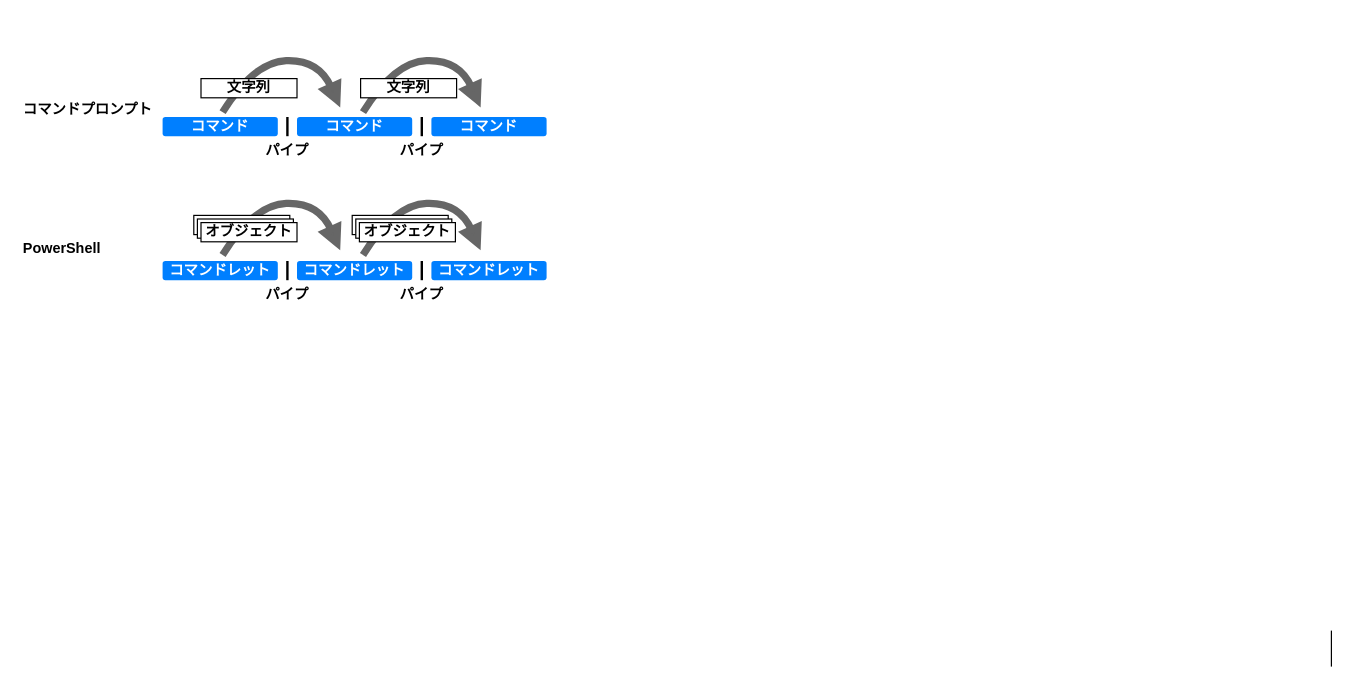
reizo0901/drawio keeps this draw.io diagram as page "オブジェクト" (2 of 2) of PowerShell教材.drawio. Above is the earlier version. Source tidied: cells renumbered, new cells numbered last; positions are measured from the earlier drawing's top-left corner, leaving out a move shared by most shapes. Both pictures are drawn from the tidied source at 120%, with x=0, y=0 at pixel (20, 59).
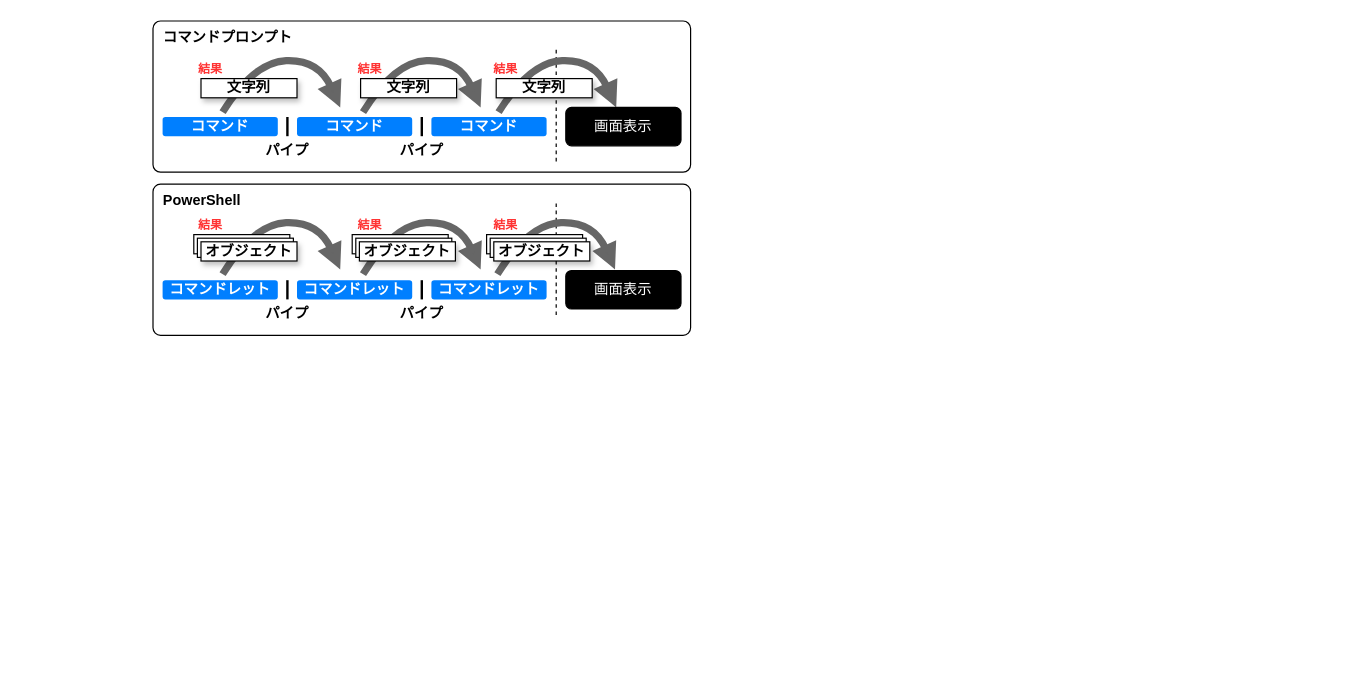
After the change.

Commit message:
PowerShell教材.drawio を更新します

What changed in the source:
```diff
@@
-    <mxCell id="2" value="PowerShell" style="text;html=1;align=left;verticalAlign=middle;whiteSpace=wrap;rounded=0;sketch=1;curveFitting=1;jiggle=2;fontStyle=1;" parent="1" vertex="1">
-      <mxGeometry y="142" width="96" height="32" as="geometry" />
+    <mxCell id="2" value="&amp;nbsp; PowerShell" style="text;html=1;align=left;verticalAlign=top;whiteSpace=wrap;rounded=1;fontStyle=1;perimeterSpacing=1;strokeColor=default;arcSize=5;" parent="1" vertex="1">
+      <mxGeometry x="110" y="104" width="448" height="126" as="geometry" />
     </mxCell>
+    <mxCell id="31" style="endArrow=none;dashed=1;html=1;rounded=0;entryX=0.688;entryY=0.195;entryDx=0;entryDy=0;entryPerimeter=0;" parent="1" edge="1">
+      <mxGeometry relative="1" as="geometry">
+        <mxPoint x="446" y="213" as="sourcePoint" />
+        <mxPoint x="446" y="120" as="targetPoint" />
+      </mxGeometry>
+    </mxCell>
-    <mxCell id="3" value="&lt;div&gt;コマンドプロンプト&lt;/div&gt;" style="text;html=1;align=left;verticalAlign=middle;whiteSpace=wrap;rounded=0;sketch=1;curveFitting=1;jiggle=2;fontStyle=1;" parent="1" vertex="1">
-      <mxGeometry y="26" width="120" height="32" as="geometry" />
+    <mxCell id="3" value="&amp;nbsp; コマンドプロンプト" style="text;html=1;align=left;verticalAlign=top;whiteSpace=wrap;rounded=1;fontStyle=1;perimeterSpacing=1;strokeColor=default;arcSize=5;" parent="1" vertex="1">
+      <mxGeometry x="110" y="-32" width="448" height="126" as="geometry" />
     </mxCell>
+    <mxCell id="32" style="endArrow=none;dashed=1;html=1;rounded=0;" parent="1" edge="1">
+      <mxGeometry relative="1" as="geometry">
+        <mxPoint x="446" y="85" as="sourcePoint" />
+        <mxPoint x="446" y="-8" as="targetPoint" />
+      </mxGeometry>
+    </mxCell>
@@
-    <mxCell id="5" style="endArrow=none;html=1;rounded=0;" parent="1" edge="1">
-      <mxGeometry relative="1" as="geometry">
-        <mxPoint x="1092" y="506" as="sourcePoint" />
-        <mxPoint x="1092" y="476" as="targetPoint" />
-      </mxGeometry>
-    </mxCell>
@@
     <mxCell id="8" value="コマンドレット" style="rounded=1;whiteSpace=wrap;html=1;fillColor=#007FFF;fontColor=#FFFFFF;strokeColor=none;fontStyle=1;" parent="1" vertex="1">
-      <mxGeometry x="118" y="168" width="96" height="16" as="geometry" />
+      <mxGeometry x="118" y="184" width="96" height="16" as="geometry" />
     </mxCell>
@@
-    <mxCell id="12" value="文字列" style="rounded=0;whiteSpace=wrap;html=1;fillColor=#FFFFFF;strokeColor=default;gradientColor=none;fontStyle=1;fontColor=#000000;verticalAlign=middle;align=center;" parent="1" vertex="1">
+    <mxCell id="12" value="文字列" style="rounded=0;whiteSpace=wrap;html=1;fillColor=#FFFFFF;strokeColor=default;gradientColor=none;fontStyle=1;fontColor=#000000;verticalAlign=middle;align=center;shadow=1;" parent="1" vertex="1">
       <mxGeometry x="150" y="16" width="80" height="16" as="geometry" />
     </mxCell>
@@
-    <mxCell id="15" value="文字列" style="rounded=0;whiteSpace=wrap;html=1;fillColor=#FFFFFF;strokeColor=default;gradientColor=none;fontStyle=1;fontColor=#000000;verticalAlign=middle;align=center;" parent="1" vertex="1">
+    <mxCell id="15" value="文字列" style="rounded=0;whiteSpace=wrap;html=1;fillColor=#FFFFFF;strokeColor=default;gradientColor=none;fontStyle=1;fontColor=#000000;verticalAlign=middle;align=center;shadow=1;" parent="1" vertex="1">
       <mxGeometry x="283" y="16" width="80" height="16" as="geometry" />
     </mxCell>
@@
     <mxCell id="17" style="curved=1;endArrow=block;html=1;rounded=0;strokeWidth=6;endFill=1;strokeColor=#666666;startArrow=none;startFill=0;" parent="1" edge="1">
       <mxGeometry relative="1" as="geometry">
-        <mxPoint x="168" y="163" as="sourcePoint" />
-        <mxPoint x="266" y="159" as="targetPoint" />
+        <mxPoint x="168" y="179" as="sourcePoint" />
+        <mxPoint x="266" y="175" as="targetPoint" />
         <Array as="points">
-          <mxPoint x="194" y="121" />
-          <mxPoint x="248" y="119" />
+          <mxPoint x="194" y="137" />
+          <mxPoint x="248" y="135" />
         </Array>
       </mxGeometry>
     </mxCell>
     <mxCell id="18" style="curved=1;endArrow=block;html=1;rounded=0;strokeWidth=6;endFill=1;strokeColor=#666666;startArrow=none;startFill=0;" parent="1" edge="1">
       <mxGeometry relative="1" as="geometry">
-        <mxPoint x="285" y="163" as="sourcePoint" />
-        <mxPoint x="383" y="159" as="targetPoint" />
+        <mxPoint x="285" y="179" as="sourcePoint" />
+        <mxPoint x="383" y="175" as="targetPoint" />
         <Array as="points">
-          <mxPoint x="311" y="121" />
-          <mxPoint x="365" y="119" />
+          <mxPoint x="311" y="137" />
+          <mxPoint x="365" y="135" />
         </Array>
       </mxGeometry>
     </mxCell>
     <mxCell id="19" value="コマンドレット" style="rounded=1;whiteSpace=wrap;html=1;fillColor=#007FFF;fontColor=#FFFFFF;strokeColor=none;fontStyle=1;" parent="1" vertex="1">
-      <mxGeometry x="230" y="168" width="96" height="16" as="geometry" />
+      <mxGeometry x="230" y="184" width="96" height="16" as="geometry" />
     </mxCell>
     <mxCell id="20" value="コマンドレット" style="rounded=1;whiteSpace=wrap;html=1;fillColor=#007FFF;fontColor=#FFFFFF;strokeColor=none;fontStyle=1;" parent="1" vertex="1">
-      <mxGeometry x="342" y="168" width="96" height="16" as="geometry" />
+      <mxGeometry x="342" y="184" width="96" height="16" as="geometry" />
     </mxCell>
-    <mxCell id="21" style="rounded=0;whiteSpace=wrap;html=1;" parent="1" vertex="1">
-      <mxGeometry x="144" y="130" width="80" height="16" as="geometry" />
-    </mxCell>
-    <mxCell id="22" style="rounded=0;whiteSpace=wrap;html=1;" parent="1" vertex="1">
-      <mxGeometry x="147" y="133" width="80" height="16" as="geometry" />
-    </mxCell>
-    <mxCell id="23" value="オブジェクト" style="rounded=0;whiteSpace=wrap;html=1;fillColor=#FFFFFF;strokeColor=default;gradientColor=none;fontStyle=1;fontColor=#000000;verticalAlign=middle;align=center;" parent="1" vertex="1">
-      <mxGeometry x="150" y="136" width="80" height="16" as="geometry" />
-    </mxCell>
-    <mxCell id="24" style="rounded=0;whiteSpace=wrap;html=1;" parent="1" vertex="1">
-      <mxGeometry x="276" y="130" width="80" height="16" as="geometry" />
-    </mxCell>
-    <mxCell id="25" style="rounded=0;whiteSpace=wrap;html=1;" parent="1" vertex="1">
-      <mxGeometry x="279" y="133" width="80" height="16" as="geometry" />
-    </mxCell>
-    <mxCell id="26" value="オブジェクト" style="rounded=0;whiteSpace=wrap;html=1;fillColor=#FFFFFF;strokeColor=default;gradientColor=none;fontStyle=1;fontColor=#000000;verticalAlign=middle;align=center;" parent="1" vertex="1">
-      <mxGeometry x="282" y="136" width="80" height="16" as="geometry" />
-    </mxCell>
     <mxCell id="27" style="endArrow=none;html=1;rounded=0;strokeWidth=2;" parent="1" edge="1">
       <mxGeometry relative="1" as="geometry">
-        <mxPoint x="334" y="184" as="sourcePoint" />
-        <mxPoint x="334" y="168" as="targetPoint" />
+        <mxPoint x="334" y="200" as="sourcePoint" />
+        <mxPoint x="334" y="184" as="targetPoint" />
       </mxGeometry>
     </mxCell>
     <mxCell id="28" value="パイプ" style="text;html=1;align=center;verticalAlign=middle;whiteSpace=wrap;rounded=0;fontStyle=1;" parent="1" vertex="1">
-      <mxGeometry x="304" y="188" width="60" height="16" as="geometry" />
+      <mxGeometry x="304" y="204" width="60" height="16" as="geometry" />
     </mxCell>
     <mxCell id="29" style="endArrow=none;html=1;rounded=0;strokeWidth=2;" parent="1" edge="1">
       <mxGeometry relative="1" as="geometry">
-        <mxPoint x="222" y="184" as="sourcePoint" />
-        <mxPoint x="222" y="168" as="targetPoint" />
+        <mxPoint x="222" y="200" as="sourcePoint" />
+        <mxPoint x="222" y="184" as="targetPoint" />
       </mxGeometry>
     </mxCell>
     <mxCell id="30" value="パイプ" style="text;html=1;align=center;verticalAlign=middle;whiteSpace=wrap;rounded=0;fontStyle=1;" parent="1" vertex="1">
-      <mxGeometry x="192" y="188" width="60" height="16" as="geometry" />
+      <mxGeometry x="192" y="204" width="60" height="16" as="geometry" />
     </mxCell>
+    <mxCell id="33" style="group;shadow=1;" parent="1" vertex="1">
+      <mxGeometry x="144" y="146" width="86" height="22" as="geometry" />
+    </mxCell>
+    <mxCell id="21" style="rounded=0;whiteSpace=wrap;html=1;" parent="33" vertex="1">
+      <mxGeometry width="80" height="16" as="geometry" />
+    </mxCell>
+    <mxCell id="22" style="rounded=0;whiteSpace=wrap;html=1;" parent="33" vertex="1">
+      <mxGeometry x="3" y="3" width="80" height="16" as="geometry" />
+    </mxCell>
+    <mxCell id="23" value="オブジェクト" style="rounded=0;whiteSpace=wrap;html=1;fillColor=#FFFFFF;strokeColor=default;gradientColor=none;fontStyle=1;fontColor=#000000;verticalAlign=middle;align=center;shadow=1;" parent="33" vertex="1">
+      <mxGeometry x="6" y="6" width="80" height="16" as="geometry" />
+    </mxCell>
+    <mxCell id="34" style="group;shadow=1;" parent="1" vertex="1">
+      <mxGeometry x="276" y="146" width="86" height="22" as="geometry" />
+    </mxCell>
+    <mxCell id="24" style="rounded=0;whiteSpace=wrap;html=1;" parent="34" vertex="1">
+      <mxGeometry width="80" height="16" as="geometry" />
+    </mxCell>
+    <mxCell id="25" style="rounded=0;whiteSpace=wrap;html=1;" parent="34" vertex="1">
+      <mxGeometry x="3" y="3" width="80" height="16" as="geometry" />
+    </mxCell>
+    <mxCell id="26" value="オブジェクト" style="rounded=0;whiteSpace=wrap;html=1;fillColor=#FFFFFF;strokeColor=default;gradientColor=none;fontStyle=1;fontColor=#000000;verticalAlign=middle;align=center;shadow=1;" parent="34" vertex="1">
+      <mxGeometry x="6" y="6" width="80" height="16" as="geometry" />
+    </mxCell>
+    <mxCell id="35" style="curved=1;endArrow=block;html=1;rounded=0;strokeWidth=6;endFill=1;strokeColor=#666666;startArrow=none;startFill=0;" parent="1" edge="1">
+      <mxGeometry relative="1" as="geometry">
+        <mxPoint x="398" y="44" as="sourcePoint" />
+        <mxPoint x="496" y="40" as="targetPoint" />
+        <Array as="points">
+          <mxPoint x="424" y="2" />
+          <mxPoint x="478" />
+        </Array>
+      </mxGeometry>
+    </mxCell>
+    <mxCell id="36" value="文字列" style="rounded=0;whiteSpace=wrap;html=1;fillColor=#FFFFFF;strokeColor=default;gradientColor=none;fontStyle=1;fontColor=#000000;verticalAlign=middle;align=center;shadow=1;" parent="1" vertex="1">
+      <mxGeometry x="396" y="16" width="80" height="16" as="geometry" />
+    </mxCell>
+    <mxCell id="37" style="curved=1;endArrow=block;html=1;rounded=0;strokeWidth=6;endFill=1;strokeColor=#666666;startArrow=none;startFill=0;" parent="1" edge="1">
+      <mxGeometry relative="1" as="geometry">
+        <mxPoint x="397" y="179" as="sourcePoint" />
+        <mxPoint x="495" y="175" as="targetPoint" />
+        <Array as="points">
+          <mxPoint x="423" y="137" />
+          <mxPoint x="477" y="135" />
+        </Array>
+      </mxGeometry>
+    </mxCell>
+    <mxCell id="38" style="group;shadow=1;" parent="1" vertex="1">
+      <mxGeometry x="388" y="146" width="86" height="22" as="geometry" />
+    </mxCell>
+    <mxCell id="39" style="rounded=0;whiteSpace=wrap;html=1;" parent="38" vertex="1">
+      <mxGeometry width="80" height="16" as="geometry" />
+    </mxCell>
+    <mxCell id="40" style="rounded=0;whiteSpace=wrap;html=1;" parent="38" vertex="1">
+      <mxGeometry x="3" y="3" width="80" height="16" as="geometry" />
+    </mxCell>
+    <mxCell id="41" value="オブジェクト" style="rounded=0;whiteSpace=wrap;html=1;fillColor=#FFFFFF;strokeColor=default;gradientColor=none;fontStyle=1;fontColor=#000000;verticalAlign=middle;align=center;shadow=1;" parent="38" vertex="1">
+      <mxGeometry x="6" y="6" width="80" height="16" as="geometry" />
+    </mxCell>
+    <mxCell id="42" value="画面表示" style="rounded=1;whiteSpace=wrap;html=1;fillColor=#000000;fontColor=#FFFFFF;" parent="1" vertex="1">
+      <mxGeometry x="454" y="40" width="96" height="32" as="geometry" />
+    </mxCell>
+    <mxCell id="43" value="画面表示" style="rounded=1;whiteSpace=wrap;html=1;fillColor=#000000;fontColor=#FFFFFF;" parent="1" vertex="1">
+      <mxGeometry x="454" y="176" width="96" height="32" as="geometry" />
+    </mxCell>
+    <mxCell id="44" value="結果" style="text;html=1;align=center;verticalAlign=middle;whiteSpace=wrap;rounded=0;fontSize=10;fontColor=#FF3333;fontStyle=1;" parent="1" vertex="1">
+      <mxGeometry x="142" width="32" height="16" as="geometry" />
+    </mxCell>
+    <mxCell id="45" value="結果" style="text;html=1;align=center;verticalAlign=middle;whiteSpace=wrap;rounded=0;fontSize=10;fontColor=#FF3333;fontStyle=1;" parent="1" vertex="1">
+      <mxGeometry x="275" width="32" height="16" as="geometry" />
+    </mxCell>
+    <mxCell id="46" value="結果" style="text;html=1;align=center;verticalAlign=middle;whiteSpace=wrap;rounded=0;fontSize=10;fontColor=#FF3333;fontStyle=1;" parent="1" vertex="1">
+      <mxGeometry x="388" width="32" height="16" as="geometry" />
+    </mxCell>
+    <mxCell id="47" value="結果" style="text;html=1;align=center;verticalAlign=middle;whiteSpace=wrap;rounded=0;fontSize=10;fontColor=#FF3333;fontStyle=1;" parent="1" vertex="1">
+      <mxGeometry x="142" y="130" width="32" height="16" as="geometry" />
+    </mxCell>
+    <mxCell id="48" value="結果" style="text;html=1;align=center;verticalAlign=middle;whiteSpace=wrap;rounded=0;fontSize=10;fontColor=#FF3333;fontStyle=1;" parent="1" vertex="1">
+      <mxGeometry x="275" y="130" width="32" height="16" as="geometry" />
+    </mxCell>
+    <mxCell id="49" value="結果" style="text;html=1;align=center;verticalAlign=middle;whiteSpace=wrap;rounded=0;fontSize=10;fontColor=#FF3333;fontStyle=1;" parent="1" vertex="1">
+      <mxGeometry x="388" y="130" width="32" height="16" as="geometry" />
+    </mxCell>
```
